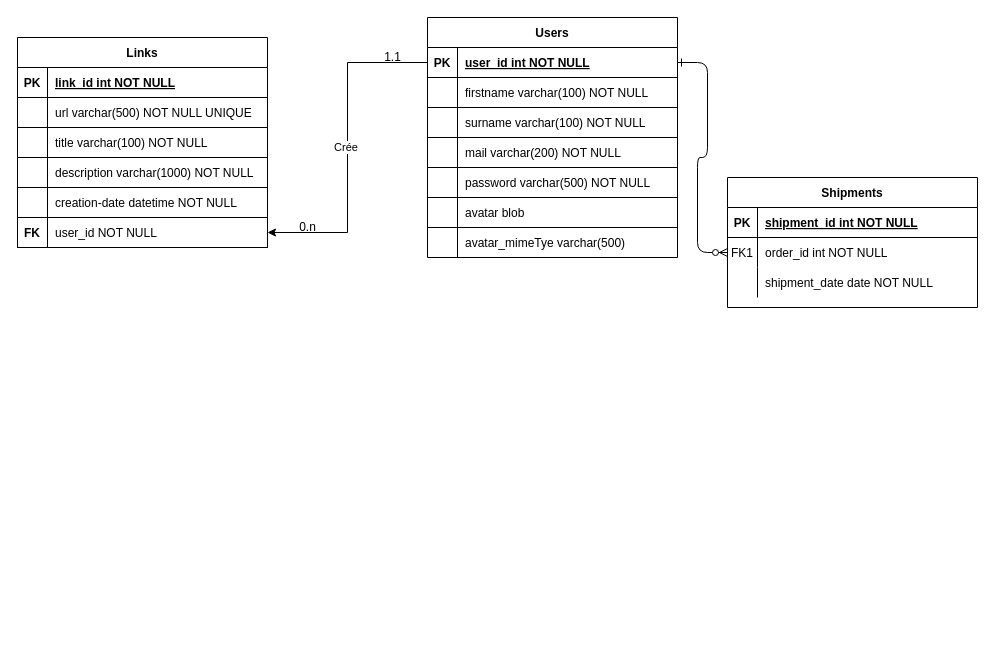
The draw.io diagram Untitled Diagram.drawio in mgilbert82/gestion-de-liens, before the edit. Source tidied: cells renumbered, new cells numbered last; positions are measured from the earlier drawing's top-left corner, leaving out a move shared by most shapes. Both pictures are drawn from the tidied source at 100%, with x=0, y=0 at pixel (17, 17).
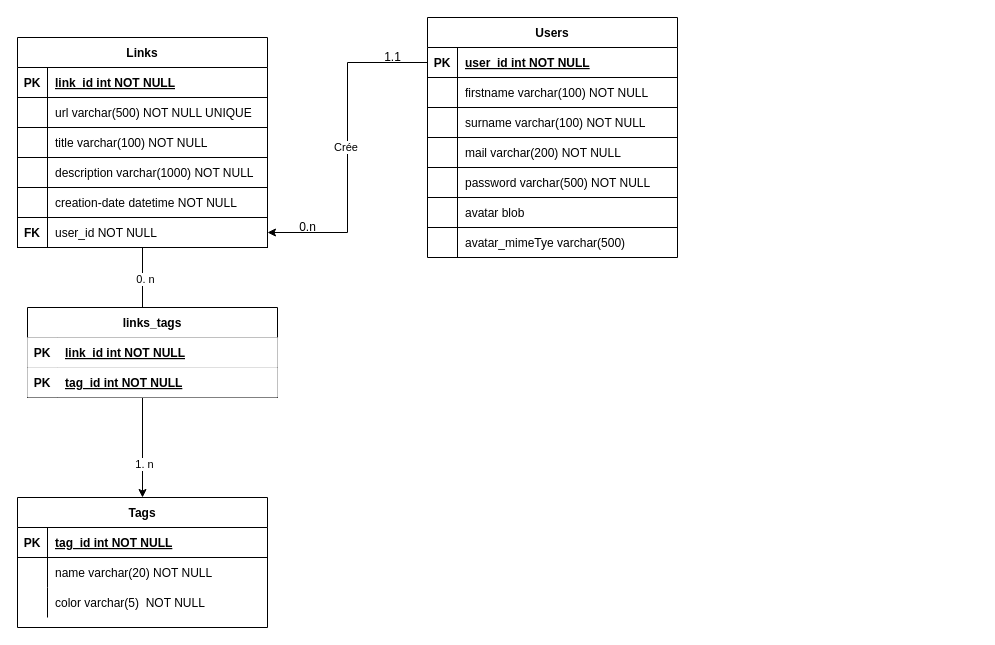
After the change.

Commit message:
Mettre à jour Untitled Diagram.drawio

Unchanged cells that the change refers to:
```xml
<mxCell id="4" style="shape=partialRectangle;fillColor=none;points=[[0,0.5],[1,0.5]];portConstraint=eastwest;top=0;left=0;right=0;bottom=1;" parent="3" vertex="1">
  <mxGeometry y="30" width="250" height="30" as="geometry" />
</mxCell>
<mxCell id="26" style="shape=partialRectangle;fillColor=none;top=0;left=0;right=0;bottom=1;" parent="25" vertex="1">
  <mxGeometry y="30" width="250" height="30" as="geometry" />
</mxCell>
<mxCell id="29" style="shape=partialRectangle;fillColor=none;points=[[0,0.5],[1,0.5]];portConstraint=eastwest;top=0;left=0;right=0;bottom=0;" parent="25" vertex="1">
  <mxGeometry y="60" width="250" height="30" as="geometry" />
</mxCell>
<mxCell id="32" style="shape=partialRectangle;fillColor=none;top=0;left=0;right=0;bottom=0;" parent="25" vertex="1">
  <mxGeometry y="90" width="250" height="30" as="geometry" />
</mxCell>
<mxCell id="35" value="Links" style="shape=table;startSize=30;childLayout=tableLayout;rowLines=0;fontStyle=1;align=center;" parent="1" vertex="1">
  <mxGeometry y="20" width="250" height="210" as="geometry" />
</mxCell>
```

Change to the diagram source:
```diff
@@
-    <mxCell id="2" style="edgeStyle=entityRelationEdgeStyle;endArrow=ERzeroToMany;startArrow=ERone;endFill=1;startFill=0;" parent="1" edge="1" source="4" target="29">
-      <mxGeometry relative="1" as="geometry" />
-    </mxCell>
@@
-    <mxCell id="25" value="Shipments" style="shape=table;startSize=30;childLayout=tableLayout;rowLines=0;fontStyle=1;align=center;" parent="1" vertex="1">
-      <mxGeometry x="710" y="160" width="250" height="130" as="geometry" />
+    <mxCell id="25" value="Tags" style="shape=table;startSize=30;childLayout=tableLayout;rowLines=0;fontStyle=1;align=center;" parent="1" vertex="1">
+      <mxGeometry y="480" width="250" height="130" as="geometry" />
     </mxCell>
@@
-    <mxCell id="28" value="shipment_id int NOT NULL " style="shape=partialRectangle;overflow=hidden;fillColor=none;top=0;left=0;bottom=0;right=0;align=left;spacingLeft=6;fontStyle=5;" parent="26" vertex="1">
+    <mxCell id="28" value="tag_id int NOT NULL " style="shape=partialRectangle;overflow=hidden;fillColor=none;top=0;left=0;bottom=0;right=0;align=left;spacingLeft=6;fontStyle=5;" parent="26" vertex="1">
       <mxGeometry x="30" width="220" height="30" as="geometry" />
     </mxCell>
@@
-    <mxCell id="30" value="FK1" style="shape=partialRectangle;overflow=hidden;fillColor=none;top=0;left=0;bottom=0;right=0;" parent="29" vertex="1">
+    <mxCell id="30" style="shape=partialRectangle;overflow=hidden;fillColor=none;top=0;left=0;bottom=0;right=0;" parent="29" vertex="1">
       <mxGeometry width="30" height="30" as="geometry" />
     </mxCell>
-    <mxCell id="31" value="order_id int NOT NULL" style="shape=partialRectangle;overflow=hidden;fillColor=none;top=0;left=0;bottom=0;right=0;align=left;spacingLeft=6;" parent="29" vertex="1">
+    <mxCell id="31" value="name varchar(20) NOT NULL" style="shape=partialRectangle;overflow=hidden;fillColor=none;top=0;left=0;bottom=0;right=0;align=left;spacingLeft=6;" parent="29" vertex="1">
       <mxGeometry x="30" width="220" height="30" as="geometry" />
     </mxCell>
@@
-    <mxCell id="34" value="shipment_date date NOT NULL" style="shape=partialRectangle;overflow=hidden;fillColor=none;top=0;left=0;bottom=0;right=0;align=left;spacingLeft=6;" parent="32" vertex="1">
+    <mxCell id="34" value="color varchar(5)  NOT NULL" style="shape=partialRectangle;overflow=hidden;fillColor=none;top=0;left=0;bottom=0;right=0;align=left;spacingLeft=6;" parent="32" vertex="1">
       <mxGeometry x="30" width="220" height="30" as="geometry" />
     </mxCell>
+    <mxCell id="57" style="edgeStyle=orthogonalEdgeStyle;rounded=0;jettySize=auto;html=1;entryX=0.5;entryY=0;entryDx=0;entryDy=0;" parent="1" edge="1" source="35" target="25">
+      <mxGeometry relative="1" as="geometry" />
+    </mxCell>
+    <mxCell id="58" value="0. n" style="edgeLabel;html=1;align=center;verticalAlign=middle;" parent="57" vertex="1">
+      <mxGeometry x="-0.75" y="2" relative="1" as="geometry" />
+    </mxCell>
+    <mxCell id="59" value="1. n" style="edgeLabel;html=1;align=center;verticalAlign=middle;" parent="57" vertex="1">
+      <mxGeometry x="0.73" y="1" relative="1" as="geometry" />
+    </mxCell>
@@
+    <mxCell id="60" value="links_tags" style="shape=table;startSize=30;childLayout=tableLayout;rowLines=0;fontStyle=1;align=center;fillStyle=auto;" parent="1" vertex="1">
+      <mxGeometry x="10" y="290" width="250" height="90" as="geometry" />
+    </mxCell>
+    <mxCell id="61" style="shape=partialRectangle;top=0;left=0;right=0;bottom=1;" parent="60" vertex="1">
+      <mxGeometry y="30" width="250" height="30" as="geometry" />
+    </mxCell>
+    <mxCell id="62" value="PK" style="shape=partialRectangle;overflow=hidden;top=0;left=0;bottom=0;right=0;fontStyle=1;" parent="61" vertex="1">
+      <mxGeometry width="30" height="30" as="geometry" />
+    </mxCell>
+    <mxCell id="63" value="link_id int NOT NULL " style="shape=partialRectangle;overflow=hidden;top=0;left=0;bottom=0;right=0;align=left;spacingLeft=6;fontStyle=5;" parent="61" vertex="1">
+      <mxGeometry x="30" width="220" height="30" as="geometry" />
+    </mxCell>
+    <mxCell id="64" style="shape=partialRectangle;top=0;left=0;right=0;bottom=1;" parent="60" vertex="1">
+      <mxGeometry y="60" width="250" height="30" as="geometry" />
+    </mxCell>
+    <mxCell id="65" value="PK" style="shape=partialRectangle;overflow=hidden;top=0;left=0;bottom=0;right=0;fontStyle=1;" parent="64" vertex="1">
+      <mxGeometry width="30" height="30" as="geometry" />
+    </mxCell>
+    <mxCell id="66" value="tag_id int NOT NULL" style="shape=partialRectangle;overflow=hidden;top=0;left=0;bottom=0;right=0;align=left;spacingLeft=6;fontStyle=5;" parent="64" vertex="1">
+      <mxGeometry x="30" width="220" height="30" as="geometry" />
+    </mxCell>
```
